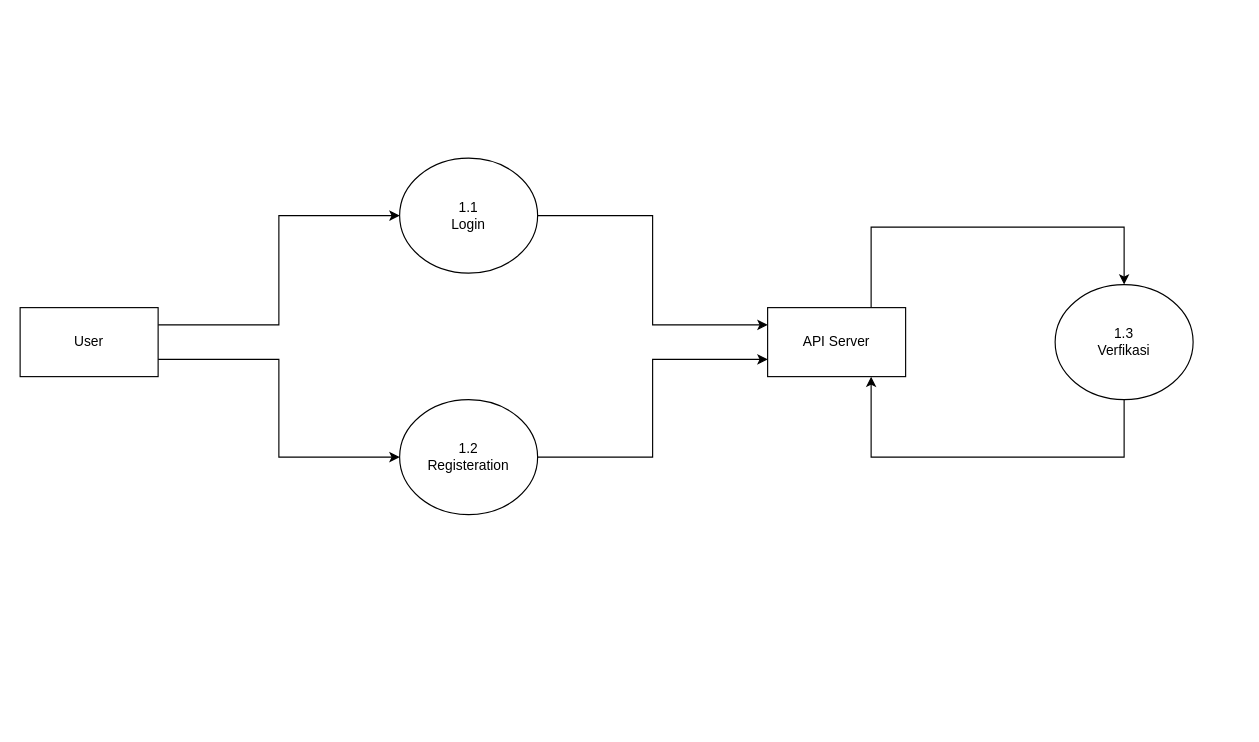
The draw.io diagram DFD.drawio in karageee/Login-system-and-gmm-voice-auth, before the edit. Source tidied: cells renumbered, new cells numbered last; positions are measured from the earlier drawing's top-left corner, leaving out a move shared by most shapes. Both pictures are drawn from the tidied source at 115%, with x=0, y=0 at pixel (20, 158).
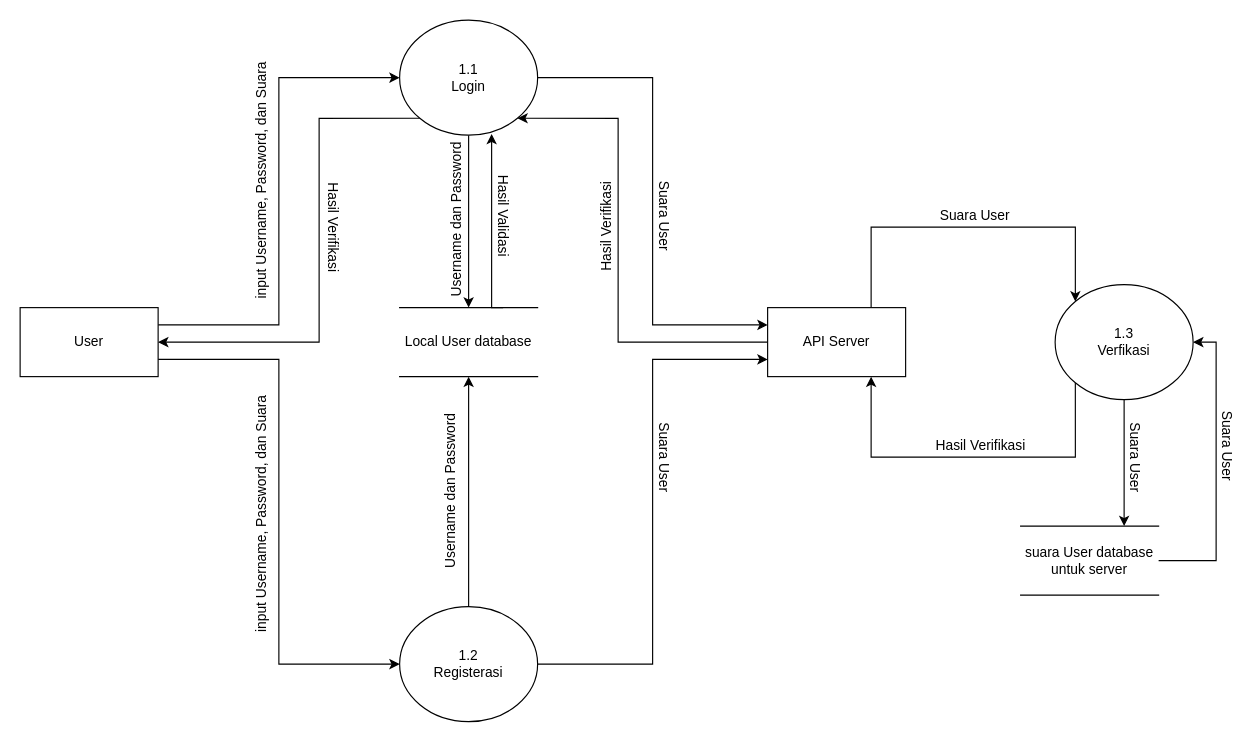
The same diagram, later.

The change refers to these unchanged cells:
```xml
<mxCell id="4" value="User" style="rounded=0;whiteSpace=wrap;html=1;" parent="1" vertex="1">
  <mxGeometry y="130" width="120" height="60" as="geometry" />
</mxCell>
<mxCell id="10" value="API Server" style="rounded=0;whiteSpace=wrap;html=1;" parent="1" vertex="1">
  <mxGeometry x="650" y="130" width="120" height="60" as="geometry" />
</mxCell>
<mxCell id="12" value="1.3&lt;br&gt;Verfikasi" style="ellipse;whiteSpace=wrap;html=1;" parent="1" vertex="1">
  <mxGeometry x="900" y="110" width="120" height="100" as="geometry" />
</mxCell>
```

Diff of the diagram source:
```diff
@@
     <mxCell id="5" style="edgeStyle=orthogonalEdgeStyle;rounded=0;jettySize=auto;html=1;entryX=0;entryY=0.25;entryDx=0;entryDy=0;" parent="1" edge="1" source="6" target="10">
       <mxGeometry relative="1" as="geometry">
         <Array as="points">
-          <mxPoint x="550" y="50" />
+          <mxPoint x="550" y="-70" />
           <mxPoint x="550" y="145" />
         </Array>
       </mxGeometry>
     </mxCell>
+    <mxCell id="13" style="edgeStyle=orthogonalEdgeStyle;rounded=0;jettySize=auto;html=1;exitX=0;exitY=1;exitDx=0;exitDy=0;entryX=1;entryY=0.5;entryDx=0;entryDy=0;" parent="1" edge="1" source="6" target="4">
+      <mxGeometry relative="1" as="geometry">
+        <Array as="points">
+          <mxPoint x="260" y="-35" />
+          <mxPoint x="260" y="160" />
+        </Array>
+      </mxGeometry>
+    </mxCell>
+    <mxCell id="14" style="edgeStyle=orthogonalEdgeStyle;rounded=0;jettySize=auto;html=1;entryX=0.5;entryY=0;entryDx=0;entryDy=0;" parent="1" edge="1" source="6" target="19">
+      <mxGeometry relative="1" as="geometry" />
+    </mxCell>
     <mxCell id="6" value="1.1&lt;br&gt;Login" style="ellipse;whiteSpace=wrap;html=1;" parent="1" vertex="1">
-      <mxGeometry x="330" width="120" height="100" as="geometry" />
+      <mxGeometry x="330" y="-120" width="120" height="100" as="geometry" />
     </mxCell>
     <mxCell id="7" style="edgeStyle=orthogonalEdgeStyle;rounded=0;jettySize=auto;html=1;entryX=0;entryY=0.75;entryDx=0;entryDy=0;exitX=1;exitY=0.5;exitDx=0;exitDy=0;" parent="1" edge="1" source="8" target="10">
       <mxGeometry relative="1" as="geometry">
         <Array as="points">
-          <mxPoint x="550" y="260" />
+          <mxPoint x="550" y="440" />
           <mxPoint x="550" y="175" />
         </Array>
       </mxGeometry>
     </mxCell>
+    <mxCell id="15" style="edgeStyle=orthogonalEdgeStyle;rounded=0;jettySize=auto;html=1;entryX=0.5;entryY=1;entryDx=0;entryDy=0;" parent="1" edge="1" source="8" target="19">
+      <mxGeometry relative="1" as="geometry" />
+    </mxCell>
-    <mxCell id="8" value="1.2&lt;br&gt;Registeration" style="ellipse;whiteSpace=wrap;html=1;" parent="1" vertex="1">
-      <mxGeometry x="330" y="210" width="120" height="100" as="geometry" />
+    <mxCell id="8" value="1.2&lt;br&gt;Registerasi" style="ellipse;whiteSpace=wrap;html=1;" parent="1" vertex="1">
+      <mxGeometry x="330" y="390" width="120" height="100" as="geometry" />
     </mxCell>
-    <mxCell id="9" style="edgeStyle=orthogonalEdgeStyle;rounded=0;jettySize=auto;html=1;entryX=0.5;entryY=0;entryDx=0;entryDy=0;exitX=0.75;exitY=0;exitDx=0;exitDy=0;" parent="1" edge="1" source="10" target="12">
+    <mxCell id="9" style="edgeStyle=orthogonalEdgeStyle;rounded=0;jettySize=auto;html=1;entryX=0;entryY=0;entryDx=0;entryDy=0;exitX=0.75;exitY=0;exitDx=0;exitDy=0;" parent="1" edge="1" source="10" target="12">
       <mxGeometry relative="1" as="geometry">
         <Array as="points">
           <mxPoint x="740" y="60" />
-          <mxPoint x="960" y="60" />
+          <mxPoint x="918" y="60" />
         </Array>
       </mxGeometry>
     </mxCell>
+    <mxCell id="16" style="edgeStyle=orthogonalEdgeStyle;rounded=0;jettySize=auto;html=1;exitX=0;exitY=0.5;exitDx=0;exitDy=0;entryX=1;entryY=1;entryDx=0;entryDy=0;" parent="1" edge="1" source="10" target="6">
+      <mxGeometry relative="1" as="geometry">
+        <Array as="points">
+          <mxPoint x="520" y="160" />
+          <mxPoint x="520" y="-35" />
+        </Array>
+      </mxGeometry>
+    </mxCell>
@@
-    <mxCell id="11" style="edgeStyle=orthogonalEdgeStyle;rounded=0;jettySize=auto;html=1;entryX=0.75;entryY=1;entryDx=0;entryDy=0;exitX=0.5;exitY=1;exitDx=0;exitDy=0;" parent="1" edge="1" source="12" target="10">
+    <mxCell id="11" style="edgeStyle=orthogonalEdgeStyle;rounded=0;jettySize=auto;html=1;entryX=0.75;entryY=1;entryDx=0;entryDy=0;exitX=0;exitY=1;exitDx=0;exitDy=0;" parent="1" edge="1" source="12" target="10">
       <mxGeometry relative="1" as="geometry">
         <Array as="points">
-          <mxPoint x="960" y="260" />
+          <mxPoint x="918" y="260" />
           <mxPoint x="740" y="260" />
         </Array>
       </mxGeometry>
     </mxCell>
+    <mxCell id="17" style="edgeStyle=orthogonalEdgeStyle;rounded=0;jettySize=auto;html=1;exitX=0.5;exitY=1;exitDx=0;exitDy=0;entryX=0.75;entryY=0;entryDx=0;entryDy=0;" parent="1" edge="1" source="12" target="21">
+      <mxGeometry relative="1" as="geometry" />
+    </mxCell>
@@
+    <mxCell id="18" style="edgeStyle=orthogonalEdgeStyle;rounded=0;jettySize=auto;html=1;exitX=0.75;exitY=0;exitDx=0;exitDy=0;" parent="1" edge="1" source="19">
+      <mxGeometry relative="1" as="geometry">
+        <mxPoint x="410" y="-21" as="targetPoint" />
+        <Array as="points">
+          <mxPoint x="410" y="130" />
+        </Array>
+      </mxGeometry>
+    </mxCell>
+    <mxCell id="19" value="Local User database" style="shape=partialRectangle;whiteSpace=wrap;html=1;left=0;right=0;fillColor=none;" parent="1" vertex="1">
+      <mxGeometry x="330" y="130" width="120" height="60" as="geometry" />
+    </mxCell>
+    <mxCell id="20" style="edgeStyle=orthogonalEdgeStyle;rounded=0;jettySize=auto;html=1;entryX=1;entryY=0.5;entryDx=0;entryDy=0;" parent="1" edge="1" source="21" target="12">
+      <mxGeometry relative="1" as="geometry">
+        <Array as="points">
+          <mxPoint x="1040" y="350" />
+          <mxPoint x="1040" y="160" />
+        </Array>
+      </mxGeometry>
+    </mxCell>
+    <mxCell id="21" value="suara User database untuk server" style="shape=partialRectangle;whiteSpace=wrap;html=1;left=0;right=0;fillColor=none;" parent="1" vertex="1">
+      <mxGeometry x="870" y="320" width="120" height="60" as="geometry" />
+    </mxCell>
+    <mxCell id="22" value="input Username, Password, dan Suara" style="text;html=1;align=center;verticalAlign=middle;rotation=-90;" parent="1" vertex="1">
+      <mxGeometry x="100" y="10" width="220" height="20" as="geometry" />
+    </mxCell>
+    <mxCell id="23" value="Username dan Password" style="text;html=1;align=center;verticalAlign=middle;rotation=-90;" parent="1" vertex="1">
+      <mxGeometry x="305" y="44" width="150" height="20" as="geometry" />
+    </mxCell>
+    <mxCell id="24" value="Hasil Validasi" style="text;html=1;align=center;verticalAlign=middle;rotation=90;" parent="1" vertex="1">
+      <mxGeometry x="375" y="40" width="90" height="20" as="geometry" />
+    </mxCell>
+    <mxCell id="25" value="Suara User" style="text;html=1;align=center;verticalAlign=middle;rotation=90;" parent="1" vertex="1">
+      <mxGeometry x="930" y="250" width="80" height="20" as="geometry" />
+    </mxCell>
+    <mxCell id="26" value="Suara User" style="text;html=1;align=center;verticalAlign=middle;rotation=0;" parent="1" vertex="1">
+      <mxGeometry x="790" y="40" width="80" height="20" as="geometry" />
+    </mxCell>
+    <mxCell id="27" value="Hasil Verifikasi" style="text;html=1;align=center;verticalAlign=middle;rotation=0;" parent="1" vertex="1">
+      <mxGeometry x="790" y="240" width="90" height="20" as="geometry" />
+    </mxCell>
+    <mxCell id="28" value="Suara User" style="text;html=1;align=center;verticalAlign=middle;rotation=90;" parent="1" vertex="1">
+      <mxGeometry x="520" y="250" width="80" height="20" as="geometry" />
+    </mxCell>
+    <mxCell id="29" value="input Username, Password, dan Suara" style="text;html=1;align=center;verticalAlign=middle;rotation=-90;" parent="1" vertex="1">
+      <mxGeometry x="100" y="300" width="220" height="20" as="geometry" />
+    </mxCell>
+    <mxCell id="30" value="Username dan Password" style="text;html=1;align=center;verticalAlign=middle;rotation=-90;" parent="1" vertex="1">
+      <mxGeometry x="300" y="280" width="150" height="20" as="geometry" />
+    </mxCell>
+    <mxCell id="31" value="Suara User" style="text;html=1;align=center;verticalAlign=middle;rotation=90;" parent="1" vertex="1">
+      <mxGeometry x="1010" y="240" width="80" height="20" as="geometry" />
+    </mxCell>
+    <mxCell id="32" value="Suara User" style="text;html=1;align=center;verticalAlign=middle;rotation=90;" parent="1" vertex="1">
+      <mxGeometry x="520" y="40" width="80" height="20" as="geometry" />
+    </mxCell>
+    <mxCell id="33" value="Hasil Verifikasi" style="text;html=1;align=center;verticalAlign=middle;rotation=-90;" parent="1" vertex="1">
+      <mxGeometry x="465" y="50" width="90" height="20" as="geometry" />
+    </mxCell>
+    <mxCell id="34" value="Hasil Verifikasi" style="text;html=1;align=center;verticalAlign=middle;rotation=90;" parent="1" vertex="1">
+      <mxGeometry x="227" y="50" width="90" height="20" as="geometry" />
+    </mxCell>
```
